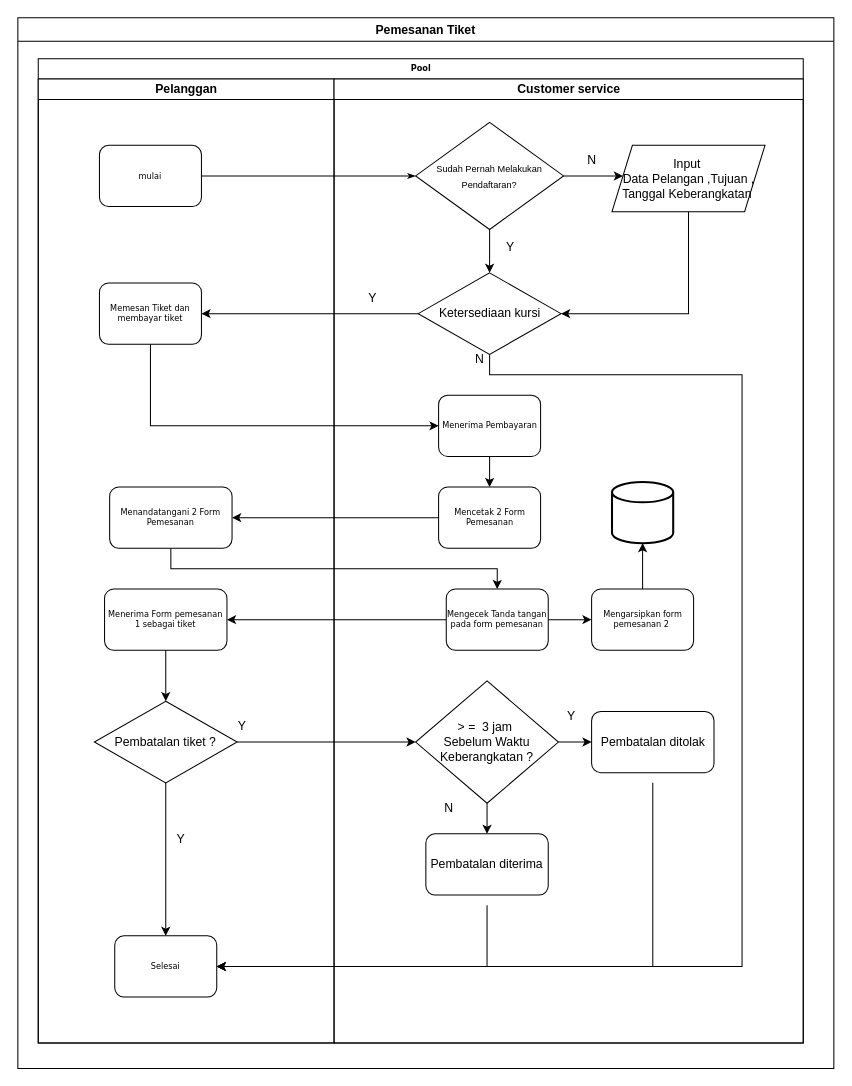
This is Untitled Diagram.drawio from faisalekasyahputra/faisalekasyahputra, a draw.io file, before an edit. Source tidied: cells renumbered, new cells numbered last; positions are measured from the earlier drawing's top-left corner, leaving out a move shared by most shapes. Both pictures are drawn from the tidied source at 102%, with x=0, y=0 at pixel (17, 17).
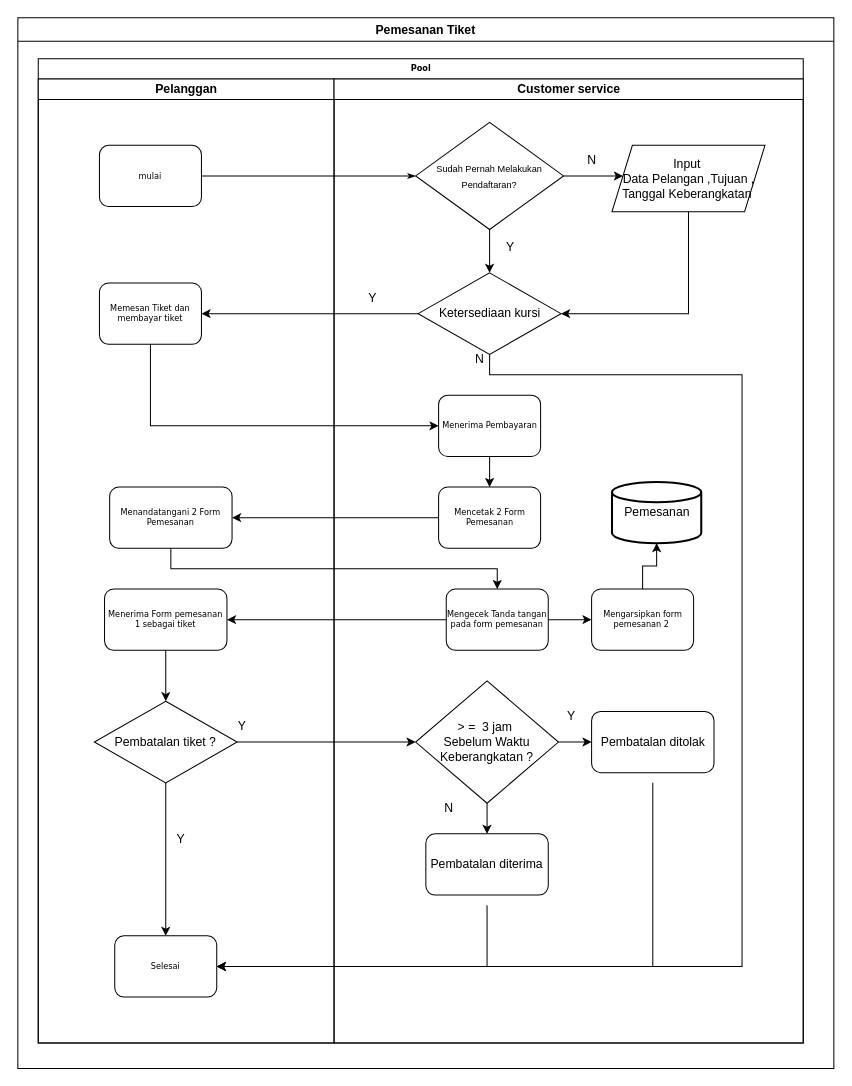
The same diagram, later.

Unchanged cells that the change refers to:
```xml
<mxCell id="22" value="Customer service" style="swimlane;html=1;startSize=20;" parent="3" vertex="1">
  <mxGeometry x="290" y="20" width="460" height="945" as="geometry" />
</mxCell>
```

The edit, as a diff of the source:
```diff
@@
-    <mxCell id="46" style="strokeWidth=2;html=1;shape=mxgraph.flowchart.database;whiteSpace=wrap;" parent="22" vertex="1">
-      <mxGeometry x="272.5" y="395" width="60" height="60" as="geometry" />
+    <mxCell id="46" value="Pemesanan" style="strokeWidth=2;html=1;shape=mxgraph.flowchart.database;whiteSpace=wrap;" parent="22" vertex="1">
+      <mxGeometry x="272.5" y="395" width="87.5" height="60" as="geometry" />
     </mxCell>
```
